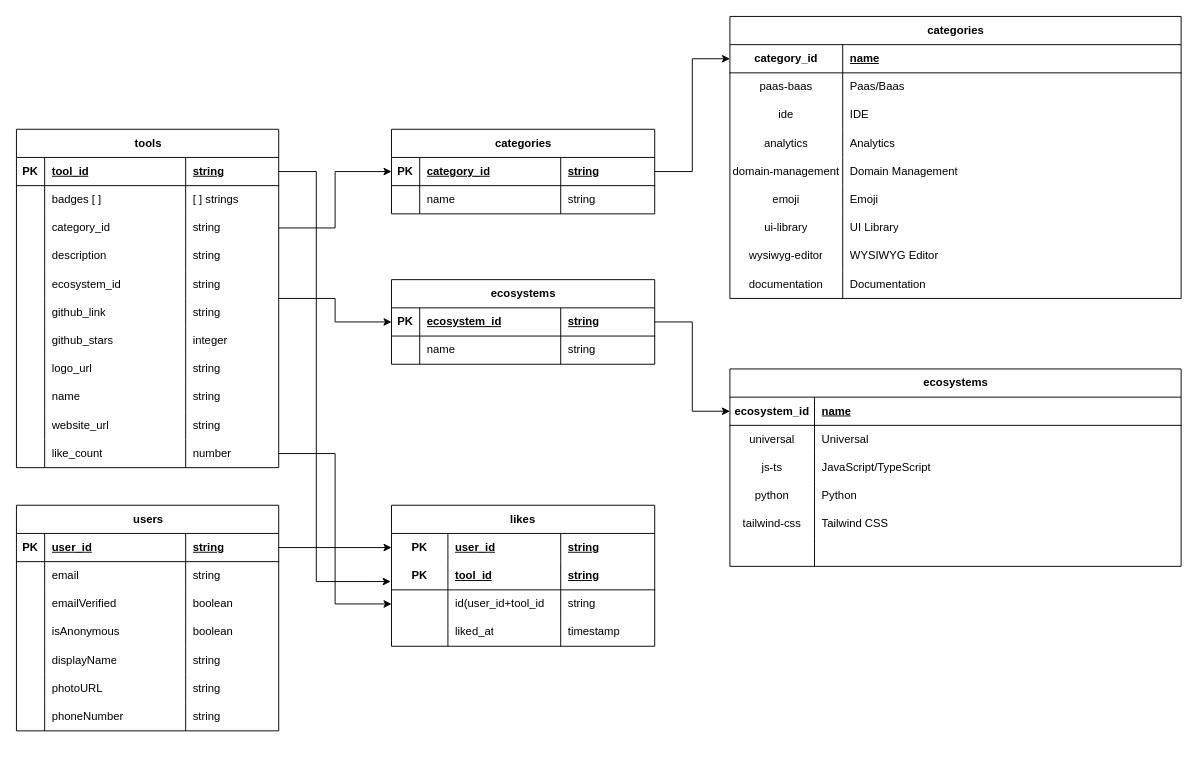
marcm8793/tool-stack-frontend keeps this draw.io diagram as db-toolstack.drawio. Above is the earlier version. Source tidied: cells renumbered, new cells numbered last; positions are measured from the earlier drawing's top-left corner, leaving out a move shared by most shapes. Both pictures are drawn from the tidied source at 94%, with x=0, y=0 at pixel (16, 16).
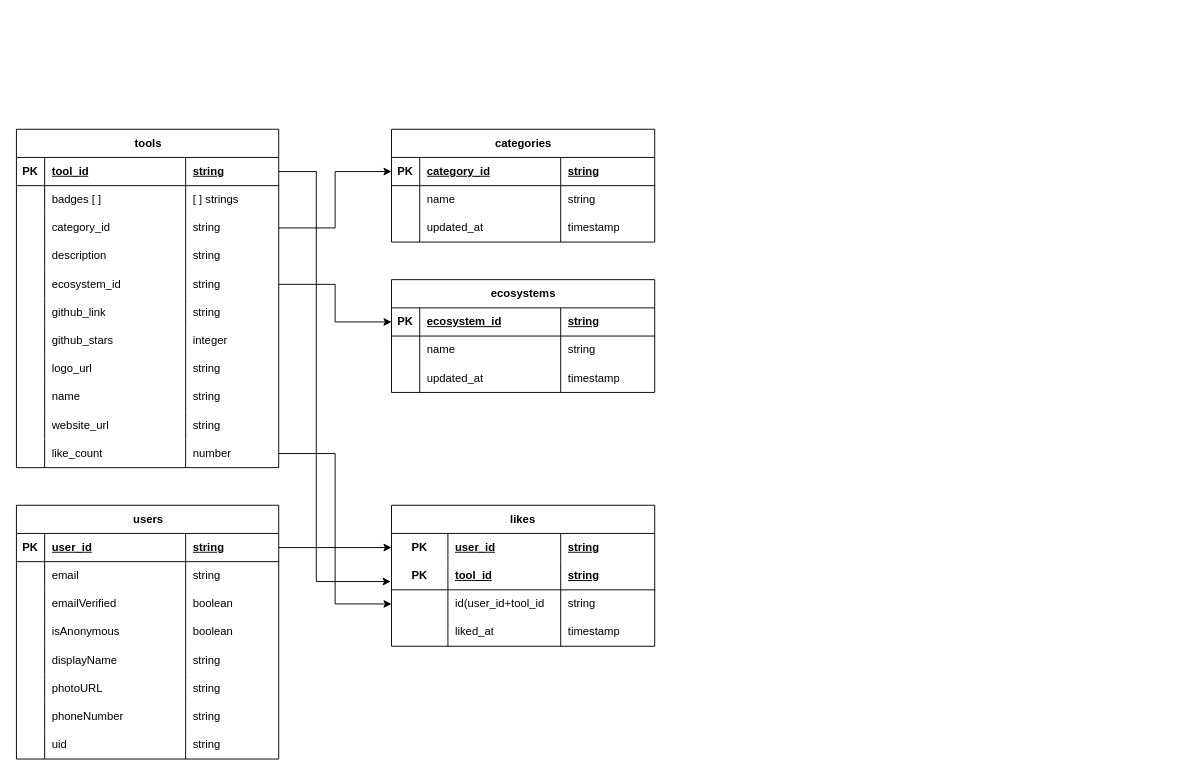
After the change.

Commit message:
Mettre à jour db-toolstack.drawio

The change refers to these unchanged cells:
```xml
<mxCell id="3" value="tools" style="shape=table;startSize=30;childLayout=tableLayout;rowLines=0;fontStyle=1;align=center;html=1;" parent="1" vertex="1">
  <mxGeometry y="120" width="279" height="360" as="geometry" />
</mxCell>
<mxCell id="20" style="shape=tableRow;horizontal=0;startSize=0;swimlaneHead=0;swimlaneBody=0;fillColor=none;points=[[0,0.5],[1,0.5]];portConstraint=eastwest;top=0;left=0;right=0;bottom=0;" parent="3" vertex="1">
  <mxGeometry y="150" width="279" height="30" as="geometry" />
</mxCell>
<mxCell id="49" style="shape=tableRow;horizontal=0;startSize=0;swimlaneHead=0;swimlaneBody=0;fillColor=none;points=[[0,0.5],[1,0.5]];portConstraint=eastwest;top=0;left=0;right=0;bottom=1;" parent="48" vertex="1">
  <mxGeometry y="30" width="280" height="30" as="geometry" />
</mxCell>
<mxCell id="59" style="shape=tableRow;horizontal=0;startSize=0;swimlaneHead=0;swimlaneBody=0;fillColor=none;points=[[0,0.5],[1,0.5]];portConstraint=eastwest;top=0;left=0;right=0;bottom=1;" parent="58" vertex="1">
  <mxGeometry y="30" width="280" height="30" as="geometry" />
</mxCell>
```

The edit, as a diff of the source:
```diff
@@
-    <mxCell id="2" style="edgeStyle=orthogonalEdgeStyle;rounded=0;jettySize=auto;html=1;entryX=0;entryY=0.5;entryDx=0;entryDy=0;" parent="1" edge="1" source="3" target="59">
-      <mxGeometry relative="1" as="geometry" />
-    </mxCell>
@@
     <mxCell id="48" value="categories" style="shape=table;startSize=30;childLayout=tableLayout;rowLines=0;fontStyle=1;align=center;html=1;" parent="1" vertex="1">
-      <mxGeometry x="399" y="120" width="280" height="90" as="geometry" />
+      <mxGeometry x="399" y="120" width="280" height="120" as="geometry" />
     </mxCell>
@@
+    <mxCell id="165" style="shape=tableRow;horizontal=0;startSize=0;swimlaneHead=0;swimlaneBody=0;fillColor=none;top=0;left=0;right=0;bottom=0;" parent="48" vertex="1">
+      <mxGeometry y="90" width="280" height="30" as="geometry" />
+    </mxCell>
+    <mxCell id="166" style="shape=partialRectangle;fillColor=none;top=0;left=0;bottom=0;right=0;overflow=hidden;whiteSpace=wrap;html=1;" parent="165" vertex="1">
+      <mxGeometry width="30" height="30" as="geometry" />
+    </mxCell>
+    <mxCell id="167" value="updated_at" style="shape=partialRectangle;fillColor=none;top=0;left=0;bottom=0;right=0;align=left;spacingLeft=6;overflow=hidden;whiteSpace=wrap;html=1;" parent="165" vertex="1">
+      <mxGeometry x="30" width="150" height="30" as="geometry" />
+    </mxCell>
+    <mxCell id="168" value="timestamp" style="shape=partialRectangle;fillColor=none;top=0;left=0;bottom=0;right=0;align=left;spacingLeft=6;overflow=hidden;whiteSpace=wrap;html=1;" parent="165" vertex="1">
+      <mxGeometry x="180" width="100" height="30" as="geometry" />
+    </mxCell>
@@
     <mxCell id="58" value="ecosystems" style="shape=table;startSize=30;childLayout=tableLayout;rowLines=0;fontStyle=1;align=center;html=1;" parent="1" vertex="1">
-      <mxGeometry x="399" y="280" width="280" height="90" as="geometry" />
+      <mxGeometry x="399" y="280" width="280" height="120" as="geometry" />
     </mxCell>
@@
-    <mxCell id="67" value="categories" style="shape=table;startSize=30;childLayout=tableLayout;rowLines=0;fontStyle=1;align=center;html=1;" parent="1" vertex="1">
-      <mxGeometry x="759" width="480" height="300" as="geometry" />
-    </mxCell>
-    <mxCell id="68" style="shape=tableRow;horizontal=0;startSize=0;swimlaneHead=0;swimlaneBody=0;fillColor=none;points=[[0,0.5],[1,0.5]];portConstraint=eastwest;top=0;left=0;right=0;bottom=1;" parent="67" vertex="1">
-      <mxGeometry y="30" width="480" height="30" as="geometry" />
-    </mxCell>
-    <mxCell id="69" value="category_id" style="shape=partialRectangle;fillColor=none;top=0;left=0;bottom=0;right=0;fontStyle=1;overflow=hidden;whiteSpace=wrap;html=1;" parent="68" vertex="1">
-      <mxGeometry width="120" height="30" as="geometry" />
-    </mxCell>
-    <mxCell id="70" value="name" style="shape=partialRectangle;fillColor=none;top=0;left=0;bottom=0;right=0;align=left;spacingLeft=6;fontStyle=5;overflow=hidden;whiteSpace=wrap;html=1;" parent="68" vertex="1">
-      <mxGeometry x="120" width="360" height="30" as="geometry" />
-    </mxCell>
-    <mxCell id="71" style="shape=tableRow;horizontal=0;startSize=0;swimlaneHead=0;swimlaneBody=0;fillColor=none;top=0;left=0;right=0;bottom=0;" parent="67" vertex="1">
-      <mxGeometry y="60" width="480" height="30" as="geometry" />
-    </mxCell>
-    <mxCell id="72" value="paas-baas" style="shape=partialRectangle;fillColor=none;top=0;left=0;bottom=0;right=0;overflow=hidden;whiteSpace=wrap;html=1;" parent="71" vertex="1">
-      <mxGeometry width="120" height="30" as="geometry" />
-    </mxCell>
-    <mxCell id="73" value="&lt;span style=&quot;text-align: center;&quot;&gt;Paas/Baas&lt;/span&gt;" style="shape=partialRectangle;fillColor=none;top=0;left=0;bottom=0;right=0;align=left;spacingLeft=6;overflow=hidden;whiteSpace=wrap;html=1;" parent="71" vertex="1">
-      <mxGeometry x="120" width="360" height="30" as="geometry" />
-    </mxCell>
-    <mxCell id="74" style="shape=tableRow;horizontal=0;startSize=0;swimlaneHead=0;swimlaneBody=0;fillColor=none;top=0;left=0;right=0;bottom=0;" parent="67" vertex="1">
-      <mxGeometry y="90" width="480" height="30" as="geometry" />
-    </mxCell>
-    <mxCell id="75" value="ide" style="shape=partialRectangle;fillColor=none;top=0;left=0;bottom=0;right=0;overflow=hidden;whiteSpace=wrap;html=1;" parent="74" vertex="1">
-      <mxGeometry width="120" height="30" as="geometry" />
-    </mxCell>
-    <mxCell id="76" value="IDE" style="shape=partialRectangle;fillColor=none;top=0;left=0;bottom=0;right=0;align=left;spacingLeft=6;overflow=hidden;whiteSpace=wrap;html=1;" parent="74" vertex="1">
-      <mxGeometry x="120" width="360" height="30" as="geometry" />
-    </mxCell>
-    <mxCell id="77" style="shape=tableRow;horizontal=0;startSize=0;swimlaneHead=0;swimlaneBody=0;fillColor=none;top=0;left=0;right=0;bottom=0;" parent="67" vertex="1">
-      <mxGeometry y="120" width="480" height="30" as="geometry" />
-    </mxCell>
-    <mxCell id="78" value="analytics" style="shape=partialRectangle;fillColor=none;top=0;left=0;bottom=0;right=0;overflow=hidden;whiteSpace=wrap;html=1;" parent="77" vertex="1">
-      <mxGeometry width="120" height="30" as="geometry" />
-    </mxCell>
-    <mxCell id="79" value="Analytics" style="shape=partialRectangle;fillColor=none;top=0;left=0;bottom=0;right=0;align=left;spacingLeft=6;overflow=hidden;whiteSpace=wrap;html=1;" parent="77" vertex="1">
-      <mxGeometry x="120" width="360" height="30" as="geometry" />
-    </mxCell>
-    <mxCell id="80" style="shape=tableRow;horizontal=0;startSize=0;swimlaneHead=0;swimlaneBody=0;fillColor=none;top=0;left=0;right=0;bottom=0;" parent="67" vertex="1">
-      <mxGeometry y="150" width="480" height="30" as="geometry" />
-    </mxCell>
-    <mxCell id="81" value="domain-management" style="shape=partialRectangle;fillColor=none;top=0;left=0;bottom=0;right=0;overflow=hidden;whiteSpace=wrap;html=1;" parent="80" vertex="1">
-      <mxGeometry width="120" height="30" as="geometry" />
-    </mxCell>
-    <mxCell id="82" value="Domain Management" style="shape=partialRectangle;fillColor=none;top=0;left=0;bottom=0;right=0;align=left;spacingLeft=6;overflow=hidden;whiteSpace=wrap;html=1;" parent="80" vertex="1">
-      <mxGeometry x="120" width="360" height="30" as="geometry" />
-    </mxCell>
-    <mxCell id="83" style="shape=tableRow;horizontal=0;startSize=0;swimlaneHead=0;swimlaneBody=0;fillColor=none;top=0;left=0;right=0;bottom=0;" parent="67" vertex="1">
-      <mxGeometry y="180" width="480" height="30" as="geometry" />
-    </mxCell>
-    <mxCell id="84" value="emoji" style="shape=partialRectangle;fillColor=none;top=0;left=0;bottom=0;right=0;overflow=hidden;whiteSpace=wrap;html=1;" parent="83" vertex="1">
-      <mxGeometry width="120" height="30" as="geometry" />
-    </mxCell>
-    <mxCell id="85" value="Emoji" style="shape=partialRectangle;fillColor=none;top=0;left=0;bottom=0;right=0;align=left;spacingLeft=6;overflow=hidden;whiteSpace=wrap;html=1;" parent="83" vertex="1">
-      <mxGeometry x="120" width="360" height="30" as="geometry" />
-    </mxCell>
-    <mxCell id="86" style="shape=tableRow;horizontal=0;startSize=0;swimlaneHead=0;swimlaneBody=0;fillColor=none;top=0;left=0;right=0;bottom=0;" parent="67" vertex="1">
-      <mxGeometry y="210" width="480" height="30" as="geometry" />
-    </mxCell>
-    <mxCell id="87" value="ui-library" style="shape=partialRectangle;fillColor=none;top=0;left=0;bottom=0;right=0;overflow=hidden;whiteSpace=wrap;html=1;" parent="86" vertex="1">
-      <mxGeometry width="120" height="30" as="geometry" />
-    </mxCell>
-    <mxCell id="88" value="UI Library" style="shape=partialRectangle;fillColor=none;top=0;left=0;bottom=0;right=0;align=left;spacingLeft=6;overflow=hidden;whiteSpace=wrap;html=1;" parent="86" vertex="1">
-      <mxGeometry x="120" width="360" height="30" as="geometry" />
-    </mxCell>
-    <mxCell id="89" style="shape=tableRow;horizontal=0;startSize=0;swimlaneHead=0;swimlaneBody=0;fillColor=none;top=0;left=0;right=0;bottom=0;" parent="67" vertex="1">
-      <mxGeometry y="240" width="480" height="30" as="geometry" />
-    </mxCell>
-    <mxCell id="90" value="wysiwyg-editor" style="shape=partialRectangle;fillColor=none;top=0;left=0;bottom=0;right=0;overflow=hidden;whiteSpace=wrap;html=1;" parent="89" vertex="1">
-      <mxGeometry width="120" height="30" as="geometry" />
-    </mxCell>
-    <mxCell id="91" value="WYSIWYG Editor" style="shape=partialRectangle;fillColor=none;top=0;left=0;bottom=0;right=0;align=left;spacingLeft=6;overflow=hidden;whiteSpace=wrap;html=1;" parent="89" vertex="1">
-      <mxGeometry x="120" width="360" height="30" as="geometry" />
-    </mxCell>
-    <mxCell id="92" style="shape=tableRow;horizontal=0;startSize=0;swimlaneHead=0;swimlaneBody=0;fillColor=none;top=0;left=0;right=0;bottom=0;" parent="67" vertex="1">
-      <mxGeometry y="270" width="480" height="30" as="geometry" />
-    </mxCell>
-    <mxCell id="93" value="documentation" style="shape=partialRectangle;fillColor=none;top=0;left=0;bottom=0;right=0;overflow=hidden;whiteSpace=wrap;html=1;" parent="92" vertex="1">
-      <mxGeometry width="120" height="30" as="geometry" />
-    </mxCell>
-    <mxCell id="94" value="Documentation" style="shape=partialRectangle;fillColor=none;top=0;left=0;bottom=0;right=0;align=left;spacingLeft=6;overflow=hidden;whiteSpace=wrap;html=1;" parent="92" vertex="1">
-      <mxGeometry x="120" width="360" height="30" as="geometry" />
-    </mxCell>
-    <mxCell id="95" style="edgeStyle=orthogonalEdgeStyle;rounded=0;jettySize=auto;html=1;" parent="1" edge="1" source="49" target="68">
-      <mxGeometry relative="1" as="geometry" />
-    </mxCell>
-    <mxCell id="96" value="ecosystems" style="shape=table;startSize=30;childLayout=tableLayout;rowLines=0;fontStyle=1;align=center;html=1;" parent="1" vertex="1">
-      <mxGeometry x="759" y="375" width="480" height="210" as="geometry" />
-    </mxCell>
-    <mxCell id="97" style="shape=tableRow;horizontal=0;startSize=0;swimlaneHead=0;swimlaneBody=0;fillColor=none;points=[[0,0.5],[1,0.5]];portConstraint=eastwest;top=0;left=0;right=0;bottom=1;" parent="96" vertex="1">
-      <mxGeometry y="30" width="480" height="30" as="geometry" />
-    </mxCell>
-    <mxCell id="98" value="ecosystem_id" style="shape=partialRectangle;fillColor=none;top=0;left=0;bottom=0;right=0;fontStyle=1;overflow=hidden;whiteSpace=wrap;html=1;" parent="97" vertex="1">
-      <mxGeometry width="90" height="30" as="geometry" />
-    </mxCell>
-    <mxCell id="99" value="name" style="shape=partialRectangle;fillColor=none;top=0;left=0;bottom=0;right=0;align=left;spacingLeft=6;fontStyle=5;overflow=hidden;whiteSpace=wrap;html=1;" parent="97" vertex="1">
-      <mxGeometry x="90" width="390" height="30" as="geometry" />
-    </mxCell>
-    <mxCell id="100" style="shape=tableRow;horizontal=0;startSize=0;swimlaneHead=0;swimlaneBody=0;fillColor=none;top=0;left=0;right=0;bottom=0;" parent="96" vertex="1">
-      <mxGeometry y="60" width="480" height="30" as="geometry" />
-    </mxCell>
-    <mxCell id="101" value="universal" style="shape=partialRectangle;fillColor=none;top=0;left=0;bottom=0;right=0;overflow=hidden;whiteSpace=wrap;html=1;" parent="100" vertex="1">
-      <mxGeometry width="90" height="30" as="geometry" />
-    </mxCell>
-    <mxCell id="102" value="Universal" style="shape=partialRectangle;fillColor=none;top=0;left=0;bottom=0;right=0;align=left;spacingLeft=6;overflow=hidden;whiteSpace=wrap;html=1;" parent="100" vertex="1">
-      <mxGeometry x="90" width="390" height="30" as="geometry" />
-    </mxCell>
-    <mxCell id="103" style="shape=tableRow;horizontal=0;startSize=0;swimlaneHead=0;swimlaneBody=0;fillColor=none;top=0;left=0;right=0;bottom=0;" parent="96" vertex="1">
-      <mxGeometry y="90" width="480" height="30" as="geometry" />
-    </mxCell>
-    <mxCell id="104" value="js-ts" style="shape=partialRectangle;fillColor=none;top=0;left=0;bottom=0;right=0;overflow=hidden;whiteSpace=wrap;html=1;" parent="103" vertex="1">
-      <mxGeometry width="90" height="30" as="geometry" />
-    </mxCell>
-    <mxCell id="105" value="JavaScript/TypeScript" style="shape=partialRectangle;fillColor=none;top=0;left=0;bottom=0;right=0;align=left;spacingLeft=6;overflow=hidden;whiteSpace=wrap;html=1;" parent="103" vertex="1">
-      <mxGeometry x="90" width="390" height="30" as="geometry" />
-    </mxCell>
-    <mxCell id="106" style="shape=tableRow;horizontal=0;startSize=0;swimlaneHead=0;swimlaneBody=0;fillColor=none;top=0;left=0;right=0;bottom=0;" parent="96" vertex="1">
-      <mxGeometry y="120" width="480" height="30" as="geometry" />
-    </mxCell>
-    <mxCell id="107" value="python" style="shape=partialRectangle;fillColor=none;top=0;left=0;bottom=0;right=0;overflow=hidden;whiteSpace=wrap;html=1;" parent="106" vertex="1">
-      <mxGeometry width="90" height="30" as="geometry" />
-    </mxCell>
-    <mxCell id="108" value="Python" style="shape=partialRectangle;fillColor=none;top=0;left=0;bottom=0;right=0;align=left;spacingLeft=6;overflow=hidden;whiteSpace=wrap;html=1;" parent="106" vertex="1">
-      <mxGeometry x="90" width="390" height="30" as="geometry" />
-    </mxCell>
-    <mxCell id="109" style="shape=tableRow;horizontal=0;startSize=0;swimlaneHead=0;swimlaneBody=0;fillColor=none;top=0;left=0;right=0;bottom=0;" parent="96" vertex="1">
-      <mxGeometry y="150" width="480" height="30" as="geometry" />
-    </mxCell>
-    <mxCell id="110" value="tailwind-css" style="shape=partialRectangle;fillColor=none;top=0;left=0;bottom=0;right=0;overflow=hidden;whiteSpace=wrap;html=1;" parent="109" vertex="1">
-      <mxGeometry width="90" height="30" as="geometry" />
-    </mxCell>
-    <mxCell id="111" value="Tailwind CSS" style="shape=partialRectangle;fillColor=none;top=0;left=0;bottom=0;right=0;align=left;spacingLeft=6;overflow=hidden;whiteSpace=wrap;html=1;" parent="109" vertex="1">
-      <mxGeometry x="90" width="390" height="30" as="geometry" />
-    </mxCell>
-    <mxCell id="112" style="shape=tableRow;horizontal=0;startSize=0;swimlaneHead=0;swimlaneBody=0;fillColor=none;top=0;left=0;right=0;bottom=0;" parent="96" vertex="1">
-      <mxGeometry y="180" width="480" height="30" as="geometry" />
-    </mxCell>
-    <mxCell id="113" style="shape=partialRectangle;fillColor=none;top=0;left=0;bottom=0;right=0;overflow=hidden;whiteSpace=wrap;html=1;" parent="112" vertex="1">
-      <mxGeometry width="90" height="30" as="geometry" />
-    </mxCell>
-    <mxCell id="114" style="shape=partialRectangle;fillColor=none;top=0;left=0;bottom=0;right=0;align=left;spacingLeft=6;overflow=hidden;whiteSpace=wrap;html=1;" parent="112" vertex="1">
-      <mxGeometry x="90" width="390" height="30" as="geometry" />
-    </mxCell>
-    <mxCell id="115" style="edgeStyle=orthogonalEdgeStyle;rounded=0;jettySize=auto;html=1;entryX=0;entryY=0.5;entryDx=0;entryDy=0;" parent="1" edge="1" source="59" target="97">
-      <mxGeometry relative="1" as="geometry" />
-    </mxCell>
+    <mxCell id="169" style="shape=tableRow;horizontal=0;startSize=0;swimlaneHead=0;swimlaneBody=0;fillColor=none;top=0;left=0;right=0;bottom=0;" parent="58" vertex="1">
+      <mxGeometry y="90" width="280" height="30" as="geometry" />
+    </mxCell>
+    <mxCell id="170" style="shape=partialRectangle;fillColor=none;top=0;left=0;bottom=0;right=0;overflow=hidden;whiteSpace=wrap;html=1;" parent="169" vertex="1">
+      <mxGeometry width="30" height="30" as="geometry" />
+    </mxCell>
+    <mxCell id="171" value="updated_at" style="shape=partialRectangle;fillColor=none;top=0;left=0;bottom=0;right=0;align=left;spacingLeft=6;overflow=hidden;whiteSpace=wrap;html=1;" parent="169" vertex="1">
+      <mxGeometry x="30" width="150" height="30" as="geometry" />
+    </mxCell>
+    <mxCell id="172" value="timestamp" style="shape=partialRectangle;fillColor=none;top=0;left=0;bottom=0;right=0;align=left;spacingLeft=6;overflow=hidden;whiteSpace=wrap;html=1;" parent="169" vertex="1">
+      <mxGeometry x="180" width="100" height="30" as="geometry" />
+    </mxCell>
     <mxCell id="116" value="users" style="shape=table;startSize=30;childLayout=tableLayout;rowLines=0;fontStyle=1;align=center;html=1;" parent="1" vertex="1">
-      <mxGeometry y="520" width="279" height="240" as="geometry" />
+      <mxGeometry y="520" width="279" height="270" as="geometry" />
     </mxCell>
@@
+    <mxCell id="173" style="shape=tableRow;horizontal=0;startSize=0;swimlaneHead=0;swimlaneBody=0;fillColor=none;top=0;left=0;right=0;bottom=0;" parent="116" vertex="1">
+      <mxGeometry y="240" width="279" height="30" as="geometry" />
+    </mxCell>
+    <mxCell id="174" style="shape=partialRectangle;fillColor=none;top=0;left=0;bottom=0;right=0;overflow=hidden;whiteSpace=wrap;html=1;" parent="173" vertex="1">
+      <mxGeometry width="30" height="30" as="geometry" />
+    </mxCell>
+    <mxCell id="175" value="uid" style="shape=partialRectangle;fillColor=none;top=0;left=0;bottom=0;right=0;align=left;spacingLeft=6;overflow=hidden;whiteSpace=wrap;html=1;" parent="173" vertex="1">
+      <mxGeometry x="30" width="150" height="30" as="geometry" />
+    </mxCell>
+    <mxCell id="176" value="string" style="shape=partialRectangle;fillColor=none;top=0;left=0;bottom=0;right=0;align=left;spacingLeft=6;overflow=hidden;whiteSpace=wrap;html=1;" parent="173" vertex="1">
+      <mxGeometry x="180" width="99" height="30" as="geometry" />
+    </mxCell>
@@
+    <mxCell id="177" style="edgeStyle=orthogonalEdgeStyle;rounded=0;jettySize=auto;html=1;entryX=0;entryY=0.5;entryDx=0;entryDy=0;" parent="1" edge="1" source="20" target="59">
+      <mxGeometry relative="1" as="geometry" />
+    </mxCell>
```
